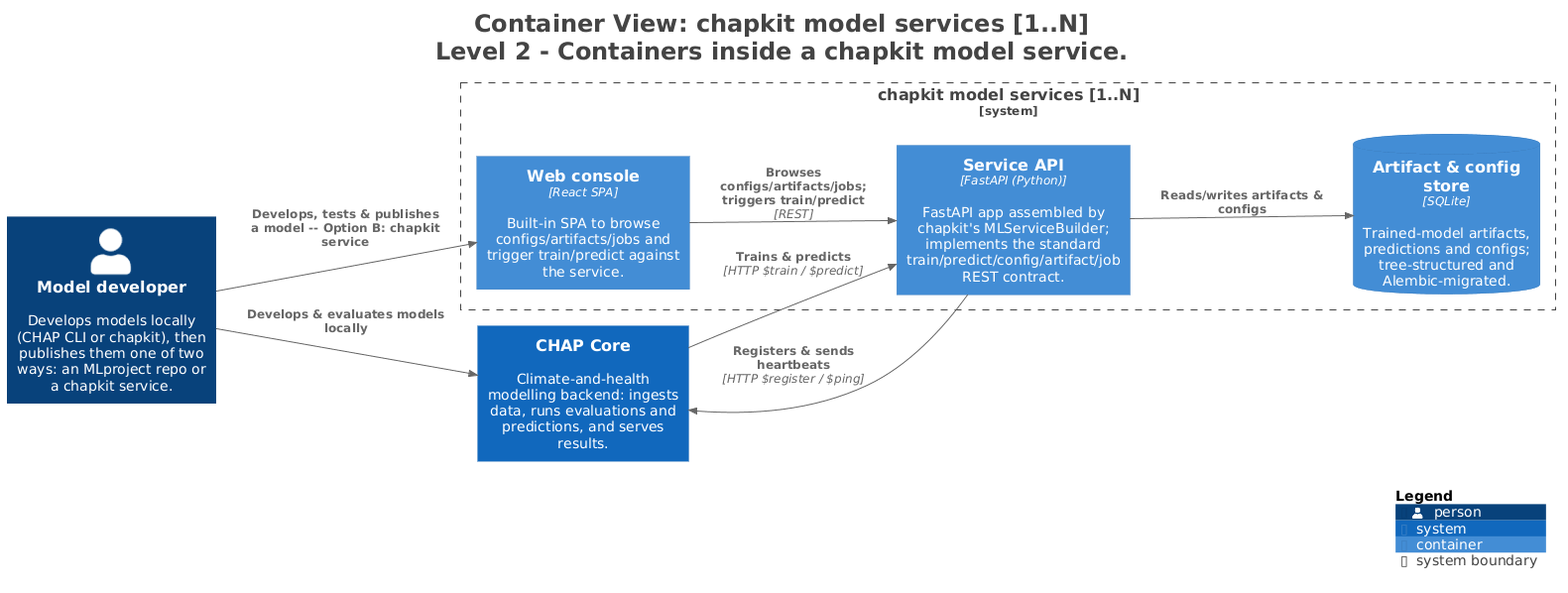
This is architecture/diagrams/plantuml/L2_Chapkit.png from dhis2-chap/chap-core, a PlantUML export, as it was before one commit.
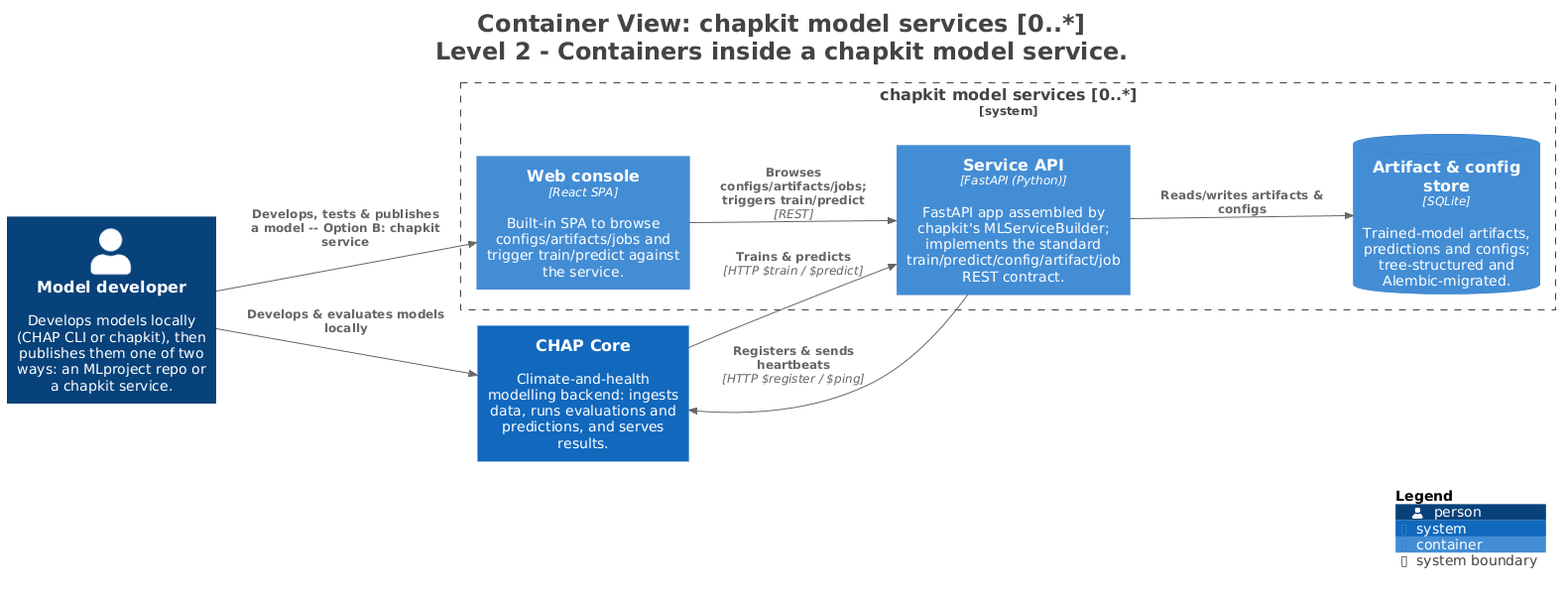
After the change.

The edit, as a diff of the source:
```diff
@@ -1,5 +1,5 @@
 @startuml
-title <size:24>Container View: chapkit model services [1..N]</size>\n<size:24>Level 2 - Containers inside a chapkit model service.</size>
+title <size:24>Container View: chapkit model services [0..*]</size>\n<size:24>Level 2 - Containers inside a chapkit model service.</size>
 
 set separator none
 left to right direction
@@ -18,18 +18,18 @@
 Person(Modeldeveloper, "Model developer", $descr="Develops models locally (CHAP CLI or chapkit), then publishes them one of two ways: an MLproject repo or a chapkit service.", $tags="", $link="")
 System(CHAPCore, "CHAP Core", $descr="Climate-and-health modelling backend: ingests data, runs evaluations and predictions, and serves results.", $tags="", $link="")
 
-System_Boundary("chapkitmodelservices1N_boundary", "chapkit model services [1..N]", $tags="") {
-  Container(chapkitmodelservices1N.ServiceAPI, "Service API", $techn="FastAPI (Python)", $descr="FastAPI app assembled by chapkit's MLServiceBuilder; implements the standard train/predict/config/artifact/job REST contract.", $tags="", $link="")
-  ContainerDb(chapkitmodelservices1N.Artifactconfigstore, "Artifact & config store", $techn="SQLite", $descr="Trained-model artifacts, predictions and configs; tree-structured and Alembic-migrated.", $tags="", $link="")
-  Container(chapkitmodelservices1N.Webconsole, "Web console", $techn="React SPA", $descr="Built-in SPA to browse configs/artifacts/jobs and trigger train/predict against the service.", $tags="", $link="")
+System_Boundary("chapkitmodelservices0_boundary", "chapkit model services [0..*]", $tags="") {
+  Container(chapkitmodelservices0.ServiceAPI, "Service API", $techn="FastAPI (Python)", $descr="FastAPI app assembled by chapkit's MLServiceBuilder; implements the standard train/predict/config/artifact/job REST contract.", $tags="", $link="")
+  ContainerDb(chapkitmodelservices0.Artifactconfigstore, "Artifact & config store", $techn="SQLite", $descr="Trained-model artifacts, predictions and configs; tree-structured and Alembic-migrated.", $tags="", $link="")
+  Container(chapkitmodelservices0.Webconsole, "Web console", $techn="React SPA", $descr="Built-in SPA to browse configs/artifacts/jobs and trigger train/predict against the service.", $tags="", $link="")
 }
 
 Rel(Modeldeveloper, CHAPCore, "Develops & evaluates models locally", $techn="", $tags="", $link="")
-Rel(Modeldeveloper, chapkitmodelservices1N.Webconsole, "Develops, tests & publishes a model -- Option B: chapkit service", $techn="", $tags="", $link="")
-Rel(CHAPCore, chapkitmodelservices1N.ServiceAPI, "Trains & predicts", $techn="HTTP $train / $predict", $tags="", $link="")
-Rel(chapkitmodelservices1N.ServiceAPI, CHAPCore, "Registers & sends heartbeats", $techn="HTTP $register / $ping", $tags="", $link="")
-Rel(chapkitmodelservices1N.ServiceAPI, chapkitmodelservices1N.Artifactconfigstore, "Reads/writes artifacts & configs", $techn="", $tags="", $link="")
-Rel(chapkitmodelservices1N.Webconsole, chapkitmodelservices1N.ServiceAPI, "Browses configs/artifacts/jobs; triggers train/predict", $techn="REST", $tags="", $link="")
+Rel(Modeldeveloper, chapkitmodelservices0.Webconsole, "Develops, tests & publishes a model -- Option B: chapkit service", $techn="", $tags="", $link="")
+Rel(CHAPCore, chapkitmodelservices0.ServiceAPI, "Trains & predicts", $techn="HTTP $train / $predict", $tags="", $link="")
+Rel(chapkitmodelservices0.ServiceAPI, CHAPCore, "Registers & sends heartbeats", $techn="HTTP $register / $ping", $tags="", $link="")
+Rel(chapkitmodelservices0.ServiceAPI, chapkitmodelservices0.Artifactconfigstore, "Reads/writes artifacts & configs", $techn="", $tags="", $link="")
+Rel(chapkitmodelservices0.Webconsole, chapkitmodelservices0.ServiceAPI, "Browses configs/artifacts/jobs; triggers train/predict", $techn="REST", $tags="", $link="")
 
 SHOW_LEGEND(true)
 hide stereotypes
```
